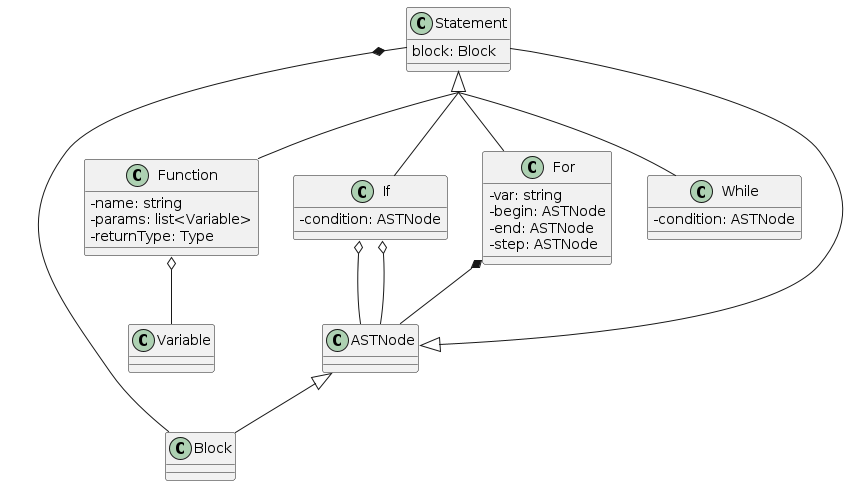
Earlier version of the PlantUML export ressources/diagrams/stmts.png (drfailer/projet-zz2). Source of this version:
```plantuml
@startuml
skinparam classAttributeIconSize 0
skinparam groupInheritance 3

Statement *-- Block
class Statement {
  block: Block
}

Statement <|-- Function
Function o-- Variable
class Function {
  -name: string
  -params: list<Variable>
  -returnType: Type
}

Statement <|-- If
If o-- ASTNode
class If {
  -condition: ASTNode
}

Statement <|-- For
For *-- ASTNode
class For {
  -var: string
  -begin: ASTNode
  -end: ASTNode
  -step: ASTNode
}

Statement <|-- While
If o-- ASTNode
class While {
  -condition: ASTNode
}

ASTNode <|-- Statement
ASTNode <|-- Block

@enduml
```
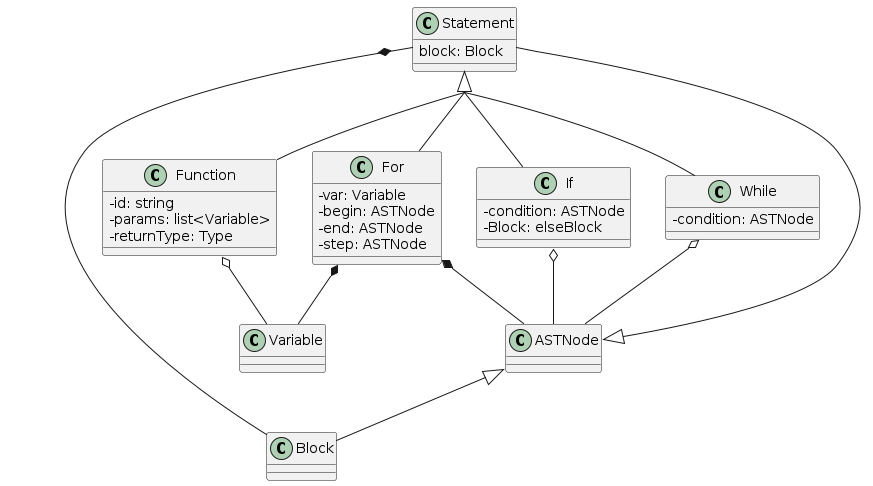
Later version of the same file.

Commit message:
update stmts diagram + more rapprot corrections

The edit, as a diff of the source:
```diff
@@ -10,7 +10,7 @@
 Statement <|-- Function
 Function o-- Variable
 class Function {
-  -name: string
+  -id: string
   -params: list<Variable>
   -returnType: Type
 }
@@ -19,19 +19,21 @@
 If o-- ASTNode
 class If {
   -condition: ASTNode
+  -Block: elseBlock
 }
 
 Statement <|-- For
 For *-- ASTNode
+For *-- Variable
 class For {
-  -var: string
+  -var: Variable
   -begin: ASTNode
   -end: ASTNode
   -step: ASTNode
 }
 
 Statement <|-- While
-If o-- ASTNode
+While o-- ASTNode
 class While {
   -condition: ASTNode
 }
```
